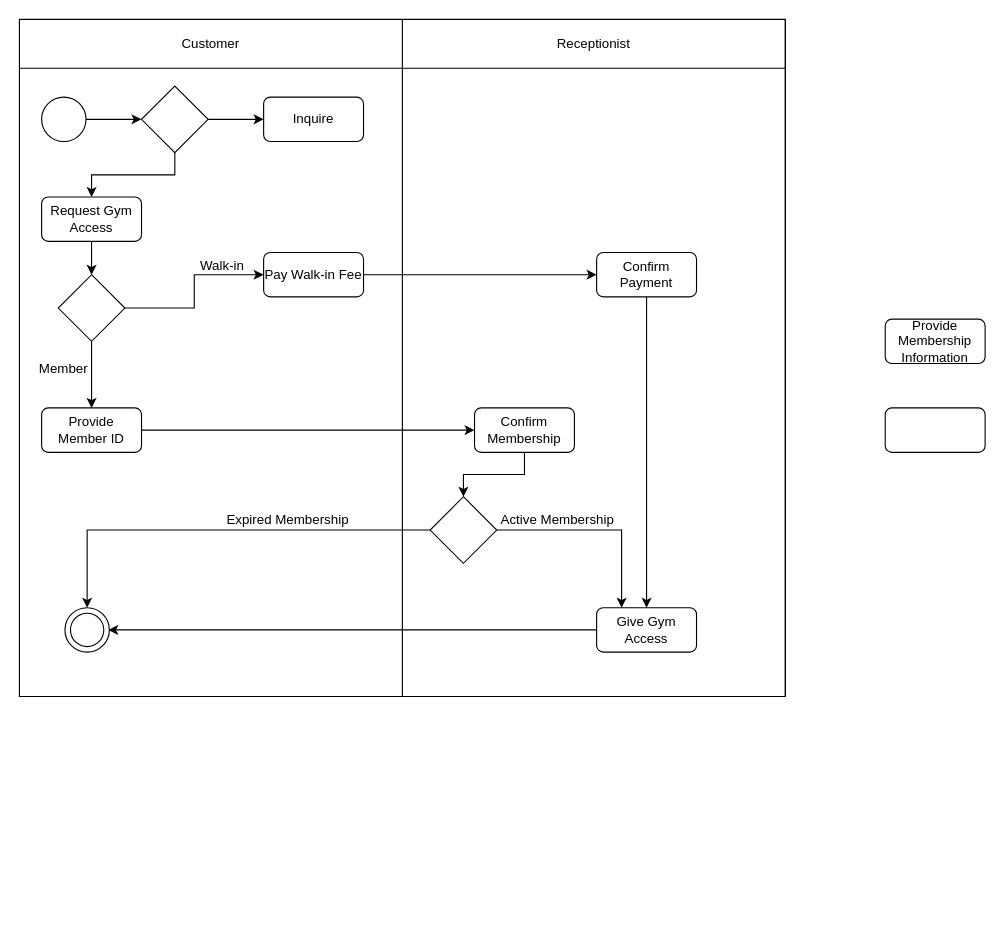
Above: Untitled Diagram.drawio in NanaShakeCoder/RAM-Project (draw.io), before the change. Source tidied: cells renumbered, new cells numbered last; positions are measured from the earlier drawing's top-left corner, leaving out a move shared by most shapes. Both pictures are drawn from the tidied source at 111%, with x=0, y=0 at pixel (19, 19).
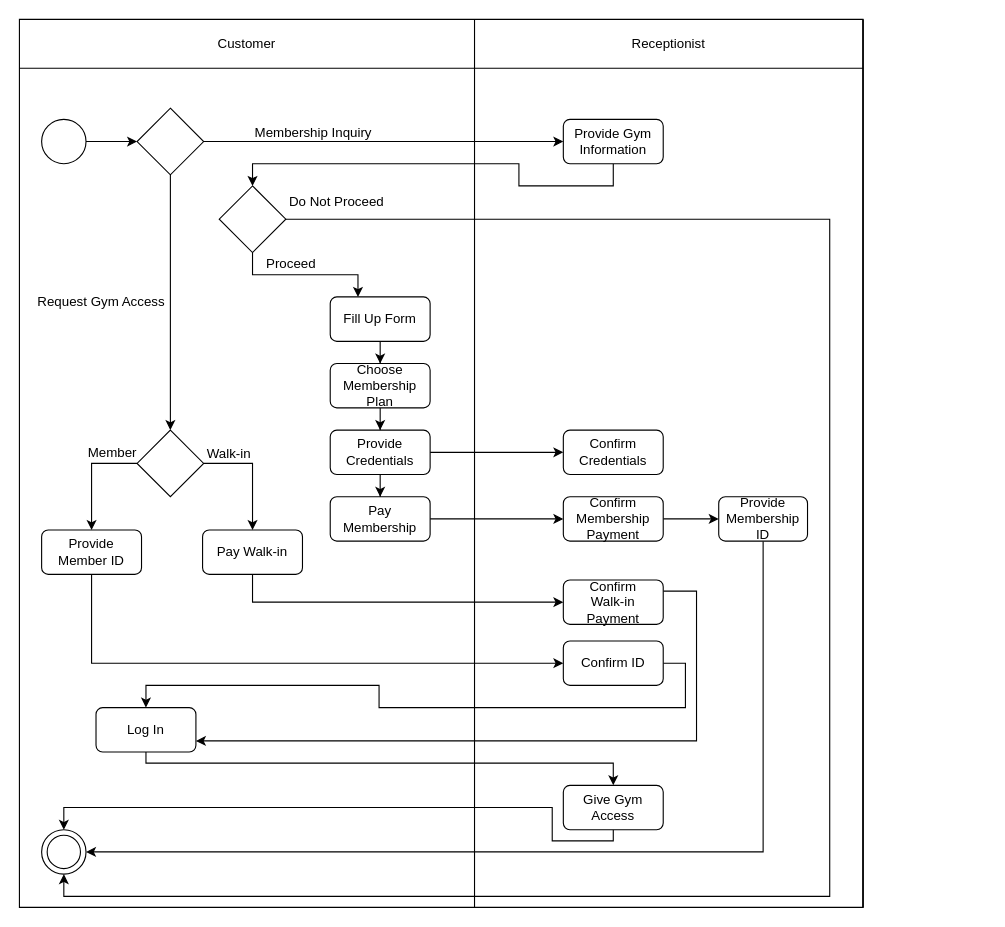
After the change.

Unchanged cells that the change refers to:
```xml
<mxCell id="21" style="ellipse;whiteSpace=wrap;html=1;" parent="20" vertex="1">
  <mxGeometry width="40" height="40" as="geometry" />
</mxCell>
```

The edit, as a diff of the source:
```diff
@@
     <mxCell id="2" style="shape=table;startSize=0;childLayout=tableLayout;" parent="1" vertex="1">
-      <mxGeometry width="690" height="610" as="geometry" />
+      <mxGeometry width="760" height="800" as="geometry" />
     </mxCell>
     <mxCell id="3" style="shape=tableRow;horizontal=0;startSize=0;swimlaneHead=0;swimlaneBody=0;strokeColor=inherit;top=0;left=0;bottom=0;right=0;fillColor=none;" parent="2" vertex="1">
-      <mxGeometry width="690" height="44" as="geometry" />
+      <mxGeometry width="760" height="44" as="geometry" />
     </mxCell>
     <mxCell id="4" value="Customer" style="shape=partialRectangle;html=1;whiteSpace=wrap;strokeColor=inherit;overflow=hidden;fillColor=none;top=0;left=0;bottom=0;right=0;" parent="3" vertex="1">
-      <mxGeometry width="345" height="44" as="geometry" />
+      <mxGeometry width="410" height="44" as="geometry" />
     </mxCell>
     <mxCell id="5" value="Receptionist" style="shape=partialRectangle;html=1;whiteSpace=wrap;strokeColor=inherit;overflow=hidden;fillColor=none;top=0;left=0;bottom=0;right=0;" parent="3" vertex="1">
-      <mxGeometry x="345" width="345" height="44" as="geometry" />
+      <mxGeometry x="410" width="350" height="44" as="geometry" />
     </mxCell>
     <mxCell id="6" style="shape=tableRow;horizontal=0;startSize=0;swimlaneHead=0;swimlaneBody=0;strokeColor=inherit;top=0;left=0;bottom=0;right=0;fillColor=none;" parent="2" vertex="1">
-      <mxGeometry y="44" width="690" height="566" as="geometry" />
+      <mxGeometry y="44" width="760" height="756" as="geometry" />
     </mxCell>
     <mxCell id="7" style="shape=partialRectangle;html=1;whiteSpace=wrap;strokeColor=inherit;overflow=hidden;fillColor=none;top=0;left=0;bottom=0;right=0;" parent="6" vertex="1">
-      <mxGeometry width="345" height="566" as="geometry" />
+      <mxGeometry width="410" height="756" as="geometry" />
     </mxCell>
     <mxCell id="8" style="shape=partialRectangle;html=1;whiteSpace=wrap;strokeColor=inherit;overflow=hidden;fillColor=none;top=0;left=0;bottom=0;right=0;" parent="6" vertex="1">
-      <mxGeometry x="345" width="345" height="566" as="geometry" />
+      <mxGeometry x="410" width="350" height="756" as="geometry" />
     </mxCell>
     <mxCell id="9" style="whiteSpace=wrap;html=1;" parent="6" vertex="1">
-      <mxGeometry x="690" height="566" as="geometry" />
+      <mxGeometry x="760" height="756" as="geometry" />
     </mxCell>
-    <mxCell id="10" style="edgeStyle=orthogonalEdgeStyle;rounded=0;jettySize=auto;html=1;" parent="1" edge="1" source="11" target="14">
-      <mxGeometry relative="1" as="geometry" />
-    </mxCell>
+    <mxCell id="43" style="ellipse;whiteSpace=wrap;html=1;rounded=1;" parent="6" vertex="1">
+      <mxGeometry height="756" as="geometry" />
+    </mxCell>
+    <mxCell id="44" style="edgeStyle=orthogonalEdgeStyle;rounded=0;jettySize=auto;html=1;" parent="1" edge="1" source="11" target="30">
+      <mxGeometry relative="1" as="geometry" />
+    </mxCell>
     <mxCell id="11" style="ellipse;whiteSpace=wrap;html=1;" parent="1" vertex="1">
-      <mxGeometry x="20" y="70" width="40" height="40" as="geometry" />
+      <mxGeometry x="20" y="90" width="40" height="40" as="geometry" />
     </mxCell>
-    <mxCell id="12" style="edgeStyle=orthogonalEdgeStyle;rounded=0;jettySize=auto;html=1;" parent="1" edge="1" source="14" target="15">
-      <mxGeometry relative="1" as="geometry" />
-    </mxCell>
-    <mxCell id="13" style="edgeStyle=orthogonalEdgeStyle;rounded=0;jettySize=auto;html=1;" parent="1" edge="1" source="14" target="27">
-      <mxGeometry relative="1" as="geometry">
-        <Array as="points">
-          <mxPoint x="140" y="140" />
-          <mxPoint x="65" y="140" />
-        </Array>
-      </mxGeometry>
-    </mxCell>
+    <mxCell id="45" style="edgeStyle=orthogonalEdgeStyle;rounded=0;jettySize=auto;html=1;" parent="1" edge="1" source="14" target="34">
+      <mxGeometry relative="1" as="geometry">
+        <Array as="points">
+          <mxPoint x="65" y="400" />
+        </Array>
+      </mxGeometry>
+    </mxCell>
+    <mxCell id="46" style="edgeStyle=orthogonalEdgeStyle;rounded=0;jettySize=auto;html=1;exitX=1;exitY=0.5;exitDx=0;exitDy=0;" parent="1" edge="1" source="14" target="61">
+      <mxGeometry relative="1" as="geometry" />
+    </mxCell>
     <mxCell id="14" style="rhombus;whiteSpace=wrap;html=1;" parent="1" vertex="1">
-      <mxGeometry x="110" y="60" width="60" height="60" as="geometry" />
+      <mxGeometry x="106" y="370" width="60" height="60" as="geometry" />
     </mxCell>
+    <mxCell id="47" style="edgeStyle=orthogonalEdgeStyle;rounded=0;jettySize=auto;html=1;exitX=0.5;exitY=1;exitDx=0;exitDy=0;entryX=1;entryY=0.5;entryDx=0;entryDy=0;" parent="1" edge="1" source="15" target="21">
+      <mxGeometry relative="1" as="geometry" />
+    </mxCell>
-    <mxCell id="15" value="Inquire" style="rounded=1;whiteSpace=wrap;html=1;" parent="1" vertex="1">
-      <mxGeometry x="220" y="70" width="90" height="40" as="geometry" />
+    <mxCell id="15" value="Provide Membership&lt;div&gt;ID&lt;/div&gt;" style="rounded=1;whiteSpace=wrap;html=1;" parent="1" vertex="1">
+      <mxGeometry x="630" y="430" width="80" height="40" as="geometry" />
     </mxCell>
-    <mxCell id="16" style="edgeStyle=orthogonalEdgeStyle;rounded=0;jettySize=auto;html=1;" parent="1" edge="1" source="17" target="19">
-      <mxGeometry relative="1" as="geometry" />
-    </mxCell>
+    <mxCell id="48" style="edgeStyle=orthogonalEdgeStyle;rounded=0;jettySize=auto;html=1;" parent="1" edge="1" source="17" target="15">
+      <mxGeometry relative="1" as="geometry" />
+    </mxCell>
-    <mxCell id="17" value="Confirm Payment" style="rounded=1;whiteSpace=wrap;html=1;" parent="1" vertex="1">
-      <mxGeometry x="520" y="210" width="90" height="40" as="geometry" />
+    <mxCell id="17" value="Confirm&lt;div&gt;Membership Payment&lt;/div&gt;" style="rounded=1;whiteSpace=wrap;html=1;" parent="1" vertex="1">
+      <mxGeometry x="490" y="430" width="90" height="40" as="geometry" />
     </mxCell>
-    <mxCell id="18" style="edgeStyle=orthogonalEdgeStyle;rounded=0;jettySize=auto;html=1;" parent="1" edge="1" source="19">
-      <mxGeometry relative="1" as="geometry">
-        <mxPoint x="80" y="550" as="targetPoint" />
-      </mxGeometry>
-    </mxCell>
+    <mxCell id="49" style="edgeStyle=orthogonalEdgeStyle;rounded=0;jettySize=auto;html=1;exitX=0.5;exitY=1;exitDx=0;exitDy=0;" parent="1" edge="1" source="19">
+      <mxGeometry relative="1" as="geometry">
+        <mxPoint x="40" y="730" as="targetPoint" />
+        <Array as="points">
+          <mxPoint x="535" y="740" />
+          <mxPoint x="480" y="740" />
+          <mxPoint x="480" y="710" />
+          <mxPoint x="40" y="710" />
+        </Array>
+      </mxGeometry>
+    </mxCell>
     <mxCell id="19" value="Give Gym Access" style="rounded=1;whiteSpace=wrap;html=1;" parent="1" vertex="1">
-      <mxGeometry x="520" y="530" width="90" height="40" as="geometry" />
+      <mxGeometry x="490" y="690" width="90" height="40" as="geometry" />
     </mxCell>
     <mxCell id="20" style="group;" parent="1" vertex="1">
-      <mxGeometry x="41" y="530" width="40" height="40" as="geometry" />
+      <mxGeometry x="20" y="730" width="40" height="40" as="geometry" />
     </mxCell>
@@
+    <mxCell id="50" style="edgeStyle=orthogonalEdgeStyle;rounded=0;jettySize=auto;html=1;exitX=0.5;exitY=1;exitDx=0;exitDy=0;" parent="1" edge="1" source="23" target="70">
+      <mxGeometry relative="1" as="geometry">
+        <Array as="points">
+          <mxPoint x="535" y="150" />
+          <mxPoint x="450" y="150" />
+          <mxPoint x="450" y="130" />
+          <mxPoint x="210" y="130" />
+        </Array>
+      </mxGeometry>
+    </mxCell>
-    <mxCell id="23" value="Provide Membership&lt;div&gt;Information&lt;/div&gt;" style="rounded=1;whiteSpace=wrap;html=1;" parent="1" vertex="1">
-      <mxGeometry x="780" y="270" width="90" height="40" as="geometry" />
+    <mxCell id="23" value="Provide Gym Information" style="rounded=1;whiteSpace=wrap;html=1;" parent="1" vertex="1">
+      <mxGeometry x="490" y="90" width="90" height="40" as="geometry" />
     </mxCell>
     <mxCell id="24" value="Walk-in" style="text;strokeColor=none;align=center;fillColor=none;html=1;verticalAlign=middle;whiteSpace=wrap;rounded=0;" parent="1" vertex="1">
-      <mxGeometry x="153" y="207" width="60" height="30" as="geometry" />
+      <mxGeometry x="159" y="377" width="60" height="30" as="geometry" />
     </mxCell>
     <mxCell id="25" value="Member" style="text;strokeColor=none;align=center;fillColor=none;html=1;verticalAlign=middle;whiteSpace=wrap;rounded=0;" parent="1" vertex="1">
-      <mxGeometry x="10" y="300" width="60" height="30" as="geometry" />
+      <mxGeometry x="54" y="376" width="60" height="30" as="geometry" />
     </mxCell>
-    <mxCell id="26" style="edgeStyle=orthogonalEdgeStyle;rounded=0;jettySize=auto;html=1;" parent="1" edge="1" source="27" target="30">
-      <mxGeometry relative="1" as="geometry" />
-    </mxCell>
+    <mxCell id="51" style="edgeStyle=orthogonalEdgeStyle;rounded=0;jettySize=auto;html=1;" parent="1" edge="1" source="30" target="23">
+      <mxGeometry relative="1" as="geometry" />
+    </mxCell>
+    <mxCell id="52" style="edgeStyle=orthogonalEdgeStyle;rounded=0;jettySize=auto;html=1;" parent="1" edge="1" source="30" target="14">
+      <mxGeometry relative="1" as="geometry" />
+    </mxCell>
+    <mxCell id="30" style="rhombus;whiteSpace=wrap;html=1;" parent="1" vertex="1">
+      <mxGeometry x="106" y="80" width="60" height="60" as="geometry" />
+    </mxCell>
+    <mxCell id="33" style="edgeStyle=orthogonalEdgeStyle;rounded=0;jettySize=auto;html=1;exitX=0.5;exitY=1;exitDx=0;exitDy=0;entryX=0;entryY=0.5;entryDx=0;entryDy=0;" parent="1" edge="1" source="34" target="37">
+      <mxGeometry relative="1" as="geometry" />
+    </mxCell>
+    <mxCell id="34" value="Provide Member ID" style="rounded=1;whiteSpace=wrap;html=1;" parent="1" vertex="1">
+      <mxGeometry x="20" y="460" width="90" height="40" as="geometry" />
+    </mxCell>
+    <mxCell id="53" style="edgeStyle=orthogonalEdgeStyle;rounded=0;jettySize=auto;html=1;" parent="1" edge="1" source="35" target="59">
+      <mxGeometry relative="1" as="geometry" />
+    </mxCell>
+    <mxCell id="35" value="Fill Up Form" style="rounded=1;whiteSpace=wrap;html=1;" parent="1" vertex="1">
+      <mxGeometry x="280" y="250" width="90" height="40" as="geometry" />
+    </mxCell>
+    <mxCell id="54" style="edgeStyle=orthogonalEdgeStyle;rounded=0;jettySize=auto;html=1;exitX=1;exitY=0.5;exitDx=0;exitDy=0;entryX=0.5;entryY=0;entryDx=0;entryDy=0;" parent="1" edge="1" source="37" target="56">
+      <mxGeometry relative="1" as="geometry">
+        <Array as="points">
+          <mxPoint x="600" y="580" />
+          <mxPoint x="600" y="620" />
+          <mxPoint x="324" y="620" />
+          <mxPoint x="324" y="600" />
+          <mxPoint x="114" y="600" />
+        </Array>
+      </mxGeometry>
+    </mxCell>
+    <mxCell id="37" value="Confirm ID" style="rounded=1;whiteSpace=wrap;html=1;" parent="1" vertex="1">
+      <mxGeometry x="490" y="560" width="90" height="40" as="geometry" />
+    </mxCell>
+    <mxCell id="55" style="edgeStyle=orthogonalEdgeStyle;rounded=0;jettySize=auto;html=1;exitX=0.5;exitY=1;exitDx=0;exitDy=0;entryX=0.5;entryY=0;entryDx=0;entryDy=0;" parent="1" edge="1" source="56" target="19">
+      <mxGeometry relative="1" as="geometry">
+        <Array as="points">
+          <mxPoint x="114" y="670" />
+          <mxPoint x="535" y="670" />
+        </Array>
+      </mxGeometry>
+    </mxCell>
+    <mxCell id="56" value="Log In" style="rounded=1;whiteSpace=wrap;html=1;" parent="1" vertex="1">
+      <mxGeometry x="69" y="620" width="90" height="40" as="geometry" />
+    </mxCell>
-    <mxCell id="27" value="Request Gym Access" style="rounded=1;whiteSpace=wrap;html=1;" parent="1" vertex="1">
-      <mxGeometry x="20" y="160" width="90" height="40" as="geometry" />
+    <mxCell id="27" value="Request Gym Access" style="text;strokeColor=none;align=center;fillColor=none;html=1;verticalAlign=middle;whiteSpace=wrap;rounded=0;" parent="1" vertex="1">
+      <mxGeometry x="9" y="240" width="130" height="30" as="geometry" />
     </mxCell>
-    <mxCell id="28" style="edgeStyle=orthogonalEdgeStyle;rounded=0;jettySize=auto;html=1;" parent="1" edge="1" source="30" target="32">
-      <mxGeometry relative="1" as="geometry" />
-    </mxCell>
-    <mxCell id="29" style="edgeStyle=orthogonalEdgeStyle;rounded=0;jettySize=auto;html=1;" parent="1" edge="1" source="30" target="34">
-      <mxGeometry relative="1" as="geometry" />
-    </mxCell>
-    <mxCell id="30" style="rhombus;whiteSpace=wrap;html=1;" parent="1" vertex="1">
-      <mxGeometry x="35" y="230" width="60" height="60" as="geometry" />
-    </mxCell>
@@
-    <mxCell id="32" value="Pay Walk-in Fee" style="rounded=1;whiteSpace=wrap;html=1;" parent="1" vertex="1">
-      <mxGeometry x="220" y="210" width="90" height="40" as="geometry" />
+    <mxCell id="32" value="Pay Membership" style="rounded=1;whiteSpace=wrap;html=1;" parent="1" vertex="1">
+      <mxGeometry x="280" y="430" width="90" height="40" as="geometry" />
     </mxCell>
-    <mxCell id="33" style="edgeStyle=orthogonalEdgeStyle;rounded=0;jettySize=auto;html=1;" parent="1" edge="1" source="34" target="37">
-      <mxGeometry relative="1" as="geometry" />
-    </mxCell>
-    <mxCell id="34" value="Provide Member ID" style="rounded=1;whiteSpace=wrap;html=1;" parent="1" vertex="1">
-      <mxGeometry x="20" y="350" width="90" height="40" as="geometry" />
-    </mxCell>
-    <mxCell id="35" style="rounded=1;whiteSpace=wrap;html=1;" parent="1" vertex="1">
-      <mxGeometry x="780" y="350" width="90" height="40" as="geometry" />
-    </mxCell>
-    <mxCell id="36" style="edgeStyle=orthogonalEdgeStyle;rounded=0;jettySize=auto;html=1;" parent="1" edge="1" source="37" target="40">
-      <mxGeometry relative="1" as="geometry" />
-    </mxCell>
-    <mxCell id="37" value="Confirm Membership" style="rounded=1;whiteSpace=wrap;html=1;" parent="1" vertex="1">
-      <mxGeometry x="410" y="350" width="90" height="40" as="geometry" />
-    </mxCell>
-    <mxCell id="38" style="edgeStyle=orthogonalEdgeStyle;rounded=0;jettySize=auto;html=1;entryX=0.25;entryY=0;entryDx=0;entryDy=0;" parent="1" edge="1" source="40" target="19">
-      <mxGeometry relative="1" as="geometry" />
-    </mxCell>
-    <mxCell id="39" style="edgeStyle=orthogonalEdgeStyle;rounded=0;jettySize=auto;html=1;entryX=0.5;entryY=0;entryDx=0;entryDy=0;" parent="1" edge="1" source="40" target="21">
-      <mxGeometry relative="1" as="geometry" />
-    </mxCell>
-    <mxCell id="40" style="rhombus;whiteSpace=wrap;html=1;" parent="1" vertex="1">
-      <mxGeometry x="370" y="430" width="60" height="60" as="geometry" />
-    </mxCell>
-    <mxCell id="41" value="Expired Membership" style="text;strokeColor=none;align=center;fillColor=none;html=1;verticalAlign=middle;whiteSpace=wrap;rounded=0;" parent="1" vertex="1">
-      <mxGeometry x="177" y="436" width="130" height="30" as="geometry" />
-    </mxCell>
-    <mxCell id="42" value="Active Membership" style="text;strokeColor=none;align=center;fillColor=none;html=1;verticalAlign=middle;whiteSpace=wrap;rounded=0;" parent="1" vertex="1">
-      <mxGeometry x="420" y="436" width="130" height="30" as="geometry" />
-    </mxCell>
+    <mxCell id="57" value="Do Not Proceed" style="text;strokeColor=none;align=center;fillColor=none;html=1;verticalAlign=middle;whiteSpace=wrap;rounded=0;" parent="1" vertex="1">
+      <mxGeometry x="241" y="150" width="90" height="30" as="geometry" />
+    </mxCell>
+    <mxCell id="58" style="edgeStyle=orthogonalEdgeStyle;rounded=0;jettySize=auto;html=1;" parent="1" edge="1" source="59" target="65">
+      <mxGeometry relative="1" as="geometry" />
+    </mxCell>
+    <mxCell id="59" value="Choose Membership Plan" style="rounded=1;whiteSpace=wrap;html=1;" parent="1" vertex="1">
+      <mxGeometry x="280" y="310" width="90" height="40" as="geometry" />
+    </mxCell>
+    <mxCell id="60" style="edgeStyle=orthogonalEdgeStyle;rounded=0;jettySize=auto;html=1;exitX=0.5;exitY=1;exitDx=0;exitDy=0;entryX=0;entryY=0.5;entryDx=0;entryDy=0;" parent="1" edge="1" source="61" target="72">
+      <mxGeometry relative="1" as="geometry" />
+    </mxCell>
+    <mxCell id="61" value="Pay Walk-in" style="rounded=1;whiteSpace=wrap;html=1;" parent="1" vertex="1">
+      <mxGeometry x="165" y="460" width="90" height="40" as="geometry" />
+    </mxCell>
+    <mxCell id="62" value="Confirm Credentials" style="rounded=1;whiteSpace=wrap;html=1;" parent="1" vertex="1">
+      <mxGeometry x="490" y="370" width="90" height="40" as="geometry" />
+    </mxCell>
+    <mxCell id="63" style="edgeStyle=orthogonalEdgeStyle;rounded=0;jettySize=auto;html=1;" parent="1" edge="1" source="65" target="62">
+      <mxGeometry relative="1" as="geometry" />
+    </mxCell>
+    <mxCell id="64" style="edgeStyle=orthogonalEdgeStyle;rounded=0;jettySize=auto;html=1;" parent="1" edge="1" source="65" target="32">
+      <mxGeometry relative="1" as="geometry" />
+    </mxCell>
+    <mxCell id="65" value="Provide Credentials" style="rounded=1;whiteSpace=wrap;html=1;" parent="1" vertex="1">
+      <mxGeometry x="280" y="370" width="90" height="40" as="geometry" />
+    </mxCell>
+    <mxCell id="66" value="Proceed" style="text;strokeColor=none;align=center;fillColor=none;html=1;verticalAlign=middle;whiteSpace=wrap;rounded=0;" parent="1" vertex="1">
+      <mxGeometry x="200" y="205" width="90" height="30" as="geometry" />
+    </mxCell>
+    <mxCell id="67" value="Membership Inquiry" style="text;strokeColor=none;align=center;fillColor=none;html=1;verticalAlign=middle;whiteSpace=wrap;rounded=0;" parent="1" vertex="1">
+      <mxGeometry x="200" y="87" width="130" height="30" as="geometry" />
+    </mxCell>
+    <mxCell id="68" style="edgeStyle=orthogonalEdgeStyle;rounded=0;jettySize=auto;html=1;" parent="1" edge="1" source="70" target="35">
+      <mxGeometry relative="1" as="geometry">
+        <Array as="points">
+          <mxPoint x="210" y="230" />
+          <mxPoint x="305" y="230" />
+        </Array>
+      </mxGeometry>
+    </mxCell>
+    <mxCell id="69" style="edgeStyle=orthogonalEdgeStyle;rounded=0;jettySize=auto;html=1;exitX=1;exitY=0.5;exitDx=0;exitDy=0;entryX=0.5;entryY=1;entryDx=0;entryDy=0;" parent="1" edge="1" source="70" target="21">
+      <mxGeometry relative="1" as="geometry">
+        <Array as="points">
+          <mxPoint x="730" y="180" />
+          <mxPoint x="730" y="790" />
+          <mxPoint x="40" y="790" />
+        </Array>
+      </mxGeometry>
+    </mxCell>
+    <mxCell id="70" style="rhombus;whiteSpace=wrap;html=1;" parent="1" vertex="1">
+      <mxGeometry x="180" y="150" width="60" height="60" as="geometry" />
+    </mxCell>
+    <mxCell id="71" style="edgeStyle=orthogonalEdgeStyle;rounded=0;jettySize=auto;html=1;exitX=1;exitY=0.25;exitDx=0;exitDy=0;" parent="1" edge="1" source="72">
+      <mxGeometry relative="1" as="geometry">
+        <mxPoint x="159" y="650" as="targetPoint" />
+        <Array as="points">
+          <mxPoint x="610" y="515" />
+          <mxPoint x="610" y="650" />
+          <mxPoint x="159" y="650" />
+        </Array>
+      </mxGeometry>
+    </mxCell>
+    <mxCell id="72" value="Confirm&lt;div&gt;Walk-in Payment&lt;/div&gt;" style="rounded=1;whiteSpace=wrap;html=1;" parent="1" vertex="1">
+      <mxGeometry x="490" y="505" width="90" height="40" as="geometry" />
+    </mxCell>
+    <mxCell id="73" style="edgeStyle=orthogonalEdgeStyle;rounded=0;orthogonalLoop=1;jettySize=auto;html=1;exitX=0.5;exitY=1;exitDx=0;exitDy=0;" parent="1" edge="1" source="17" target="17">
+      <mxGeometry relative="1" as="geometry" />
+    </mxCell>
```
